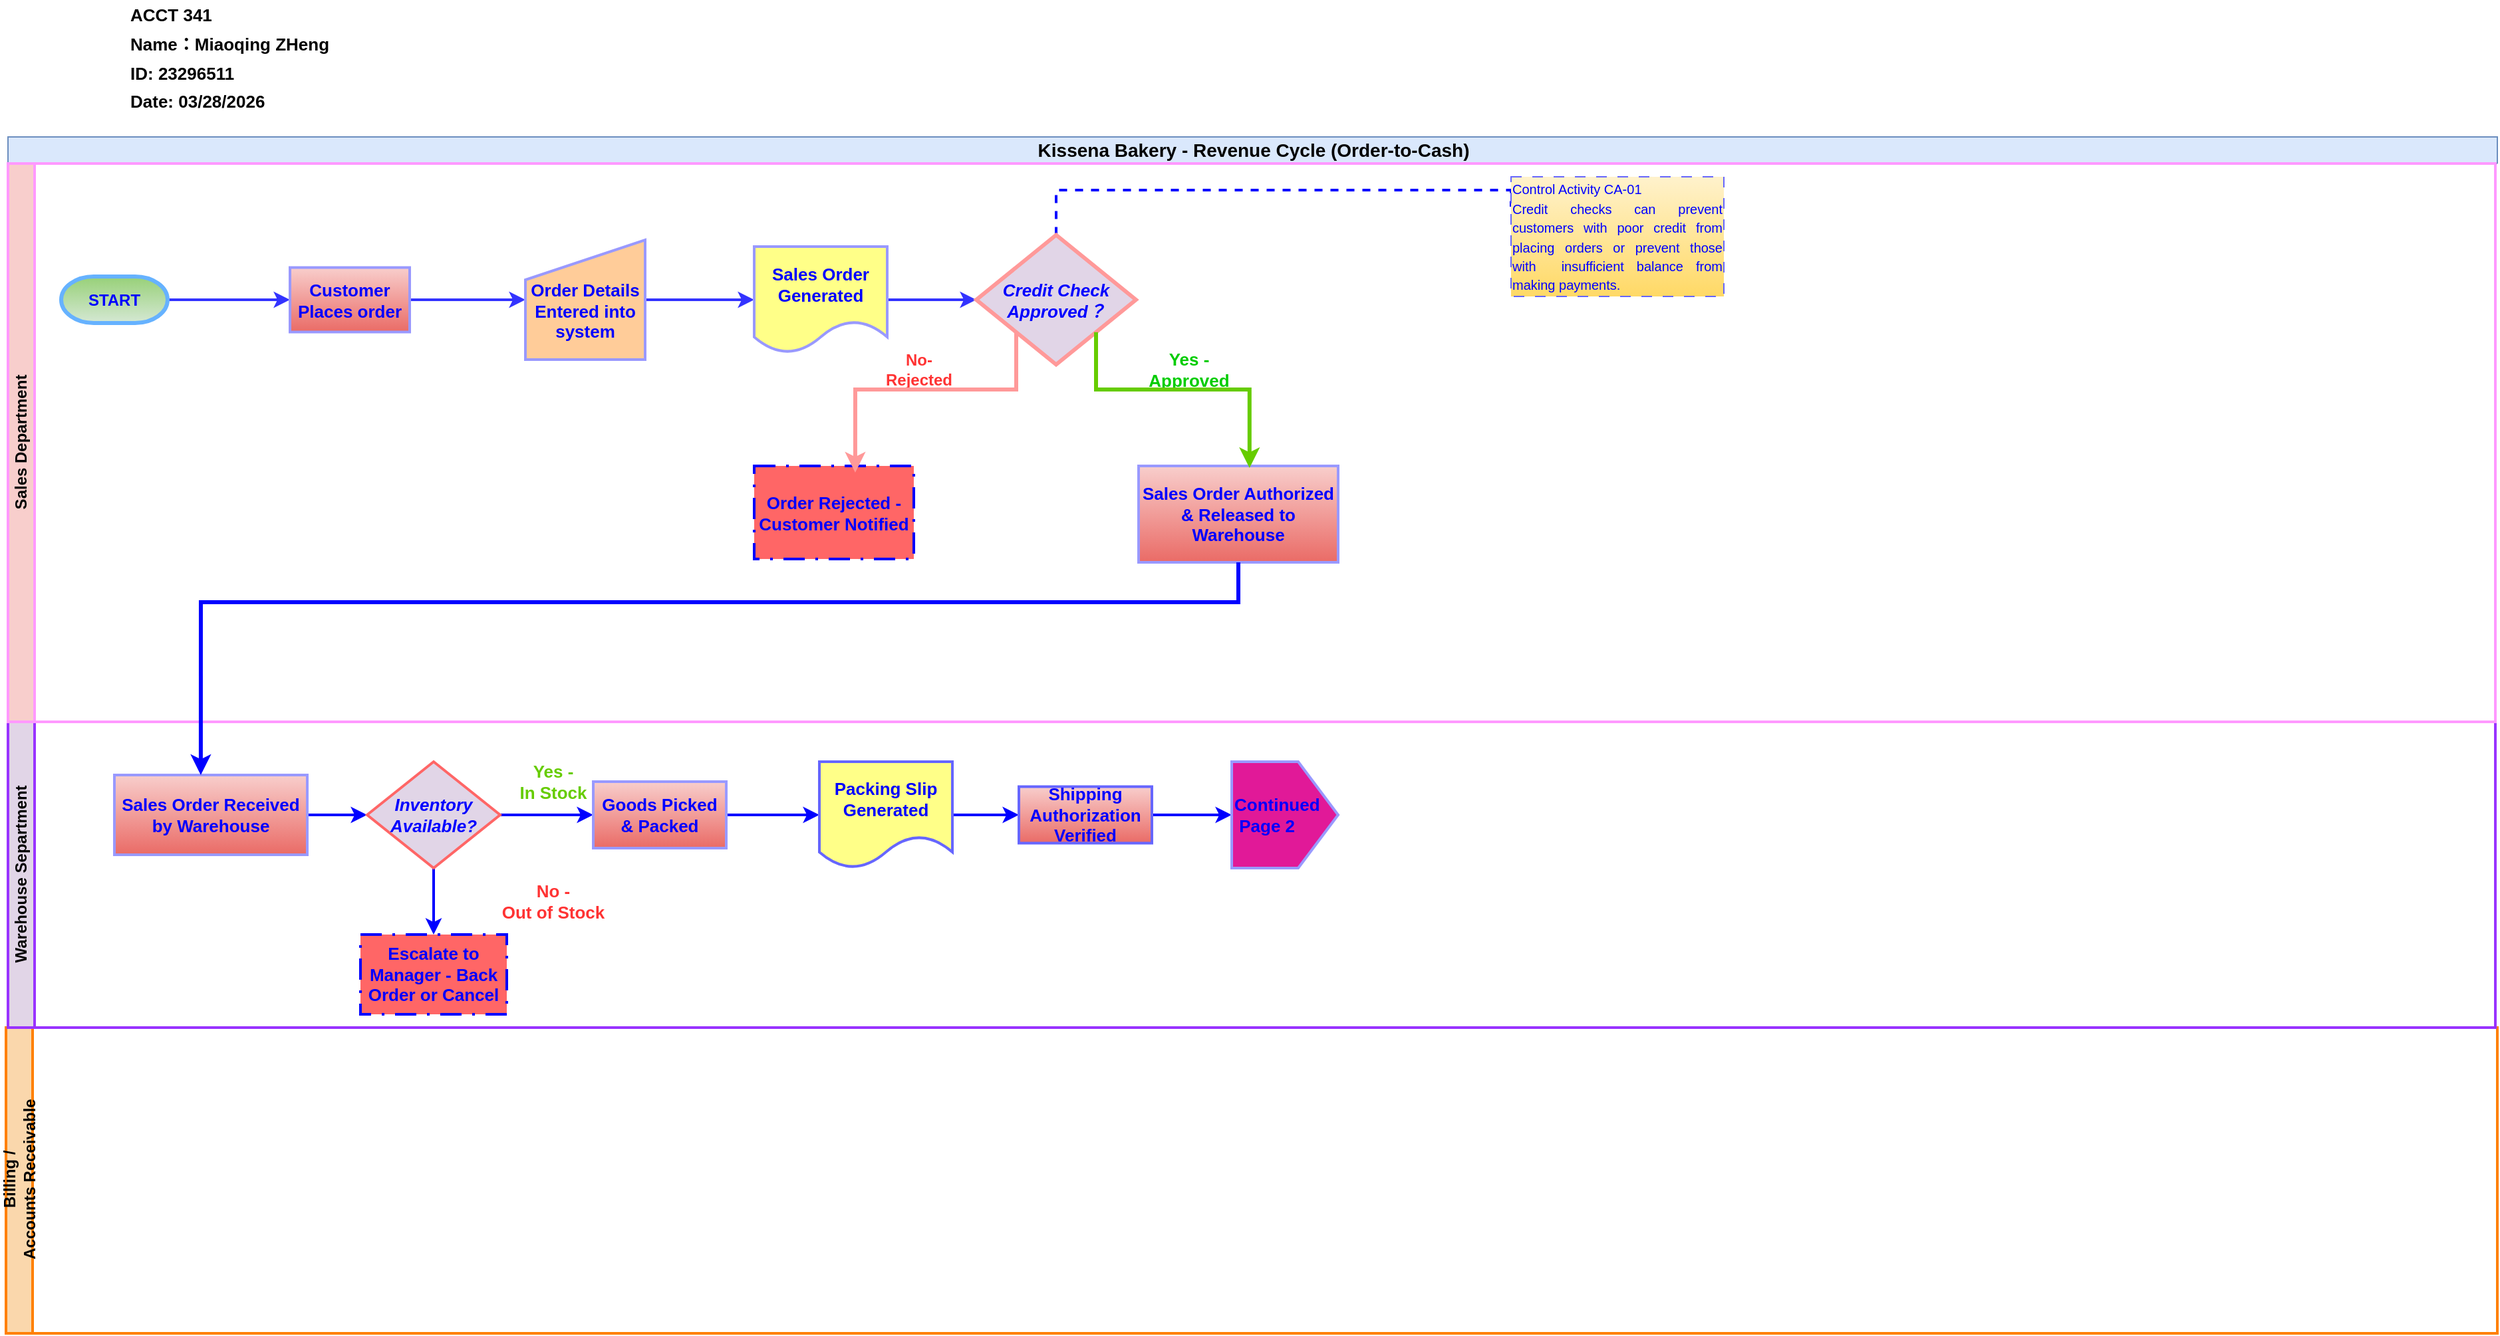
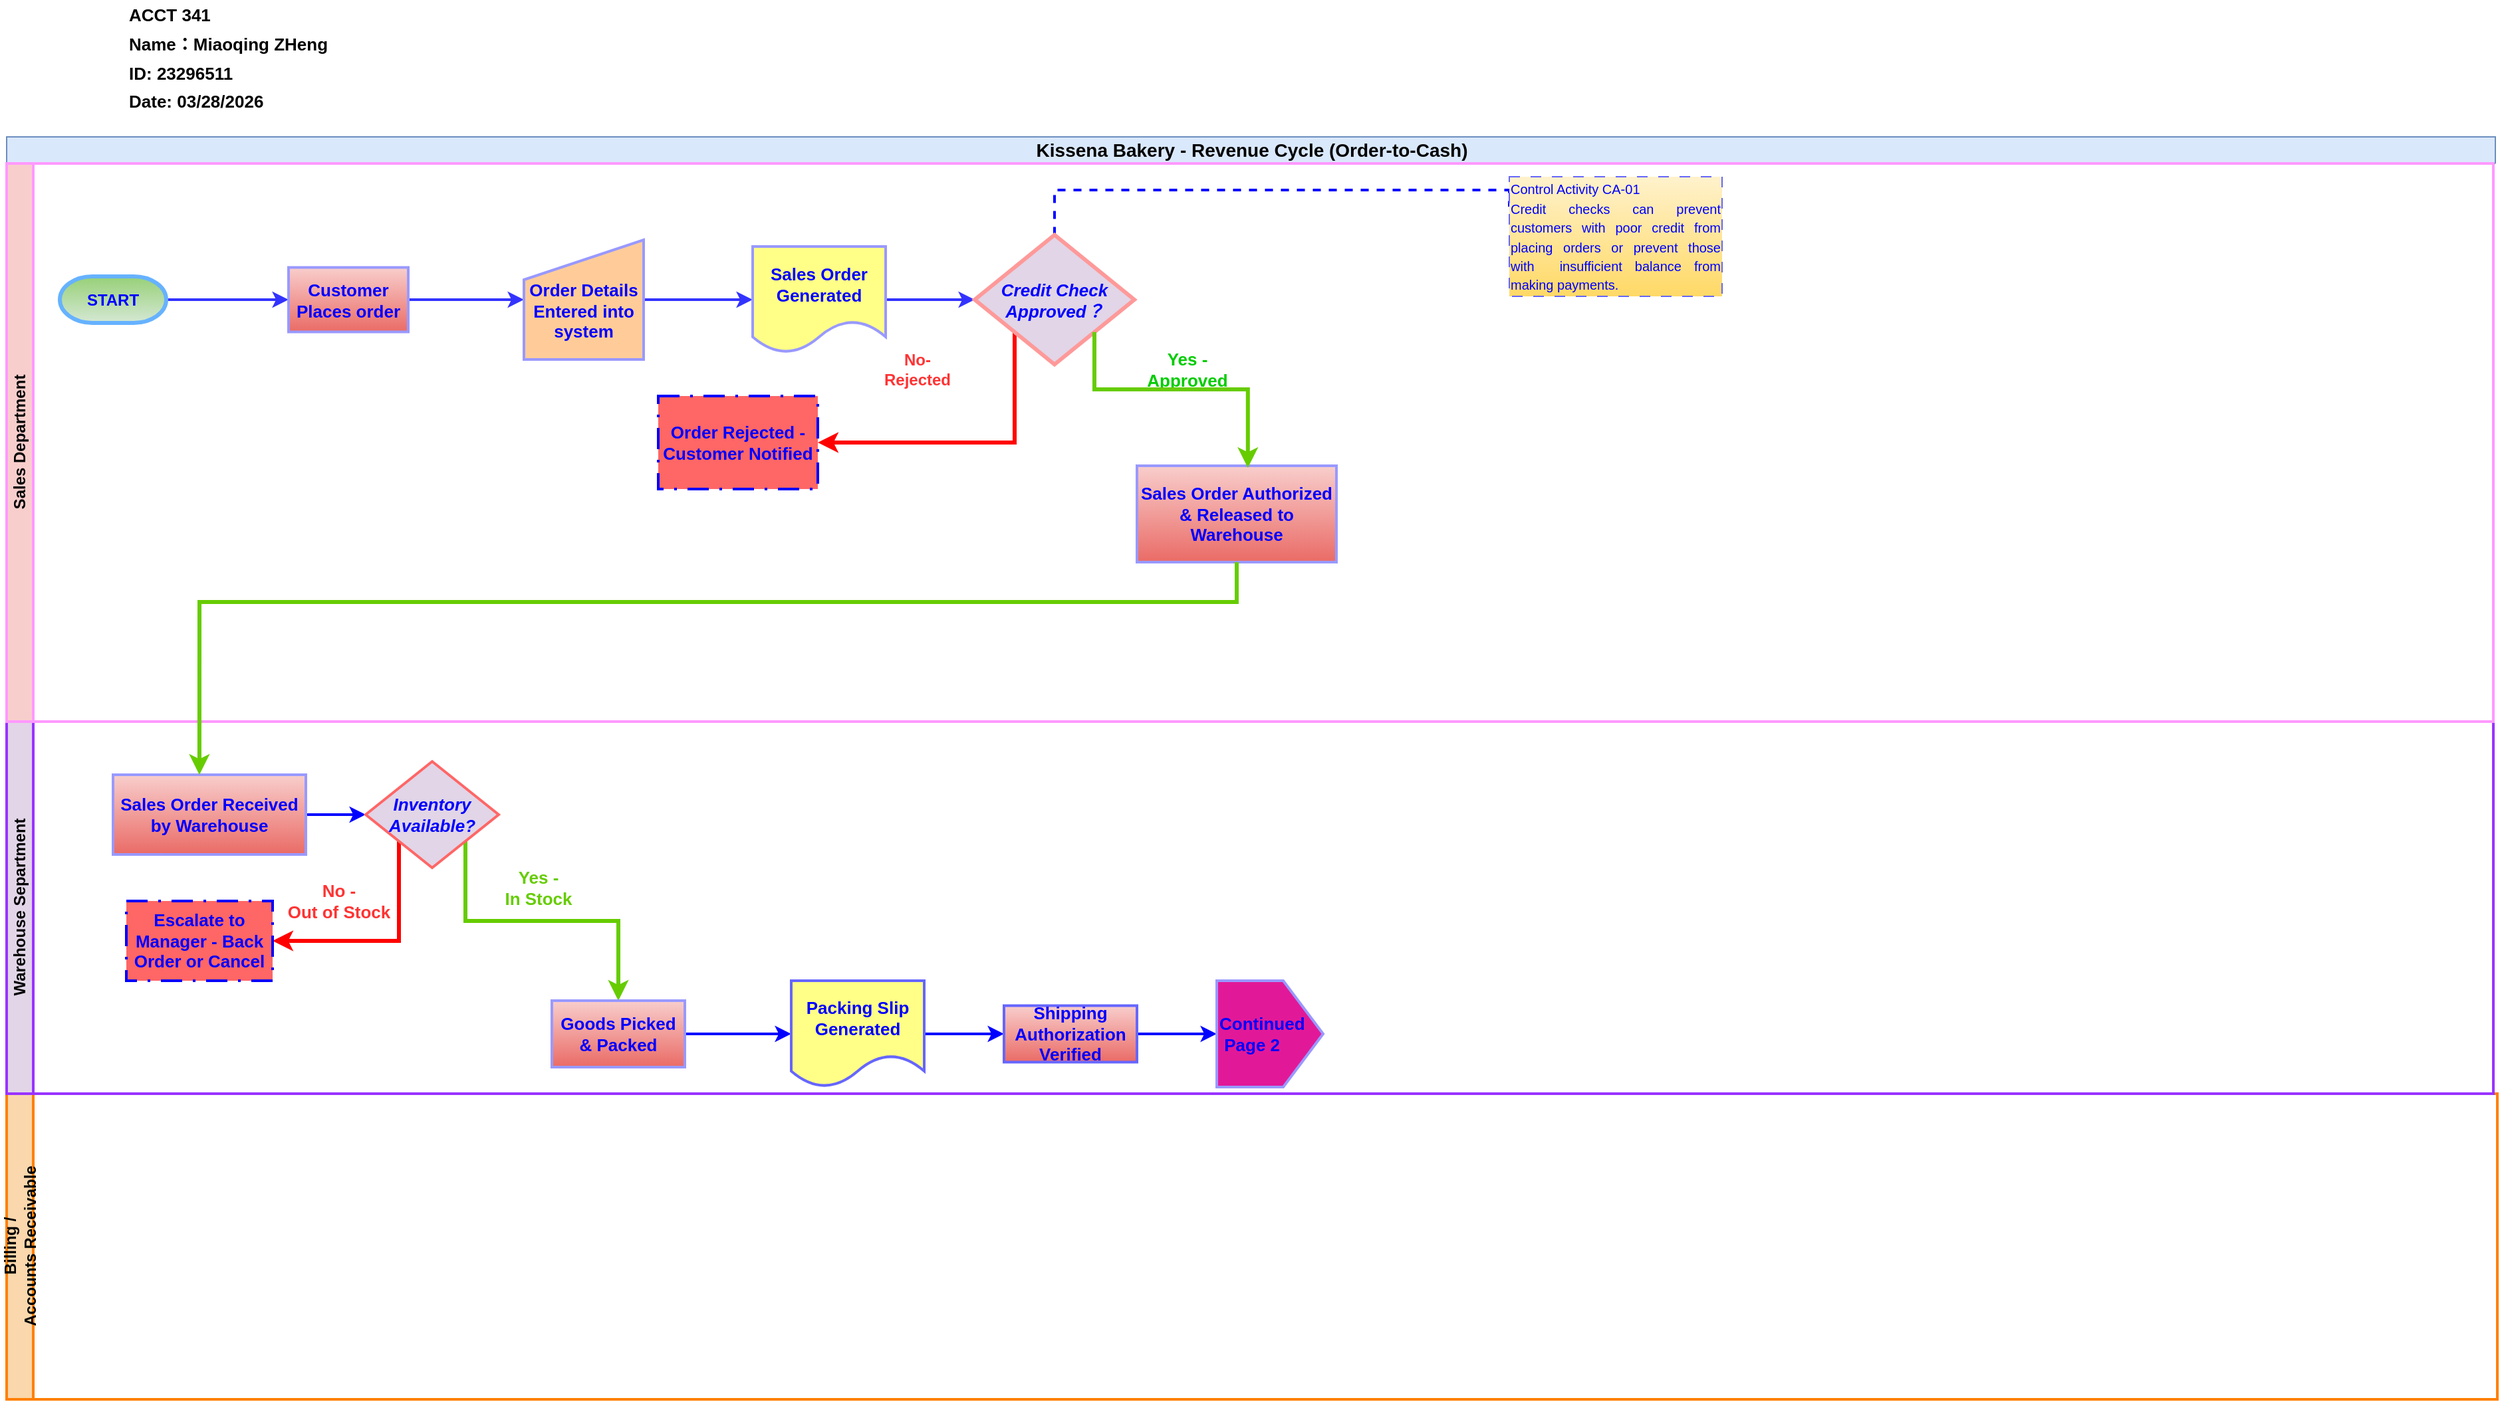
<mxfile host="app.diagrams.net" agent="Mozilla/5.0 (Windows NT 10.0; Win64; x64) AppleWebKit/537.36 (KHTML, like Gecko) Chrome/146.0.0.0 Safari/537.36" version="29.6.6" pages="2">
  <diagram name="Page-1" id="klMabU_GDppZGB9yFFRy">
    <mxGraphModel dx="2066" dy="743" grid="1" gridSize="10" guides="1" tooltips="1" connect="1" arrows="1" fold="1" page="1" pageScale="1" pageWidth="1100" pageHeight="850" math="0" shadow="0">
      <root>
        <mxCell id="0" />
        <mxCell id="1" parent="0" />
        <mxCell id="0vQu63eh7_hz7IOFjZfk-1" parent="1" style="swimlane;childLayout=stackLayout;resizeParent=1;resizeParentMax=0;horizontal=1;startSize=20;horizontalStack=0;html=1;fillColor=#dae8fc;strokeColor=#6c8ebf;" value="&lt;div style=&quot;text-align: start;&quot;&gt;&lt;font style=&quot;font-size: 14px;&quot;&gt;Kissena Bakery - Revenue Cycle (Order-to-Cash)&lt;/font&gt;&lt;/div&gt;" vertex="1">
          <mxGeometry height="20" width="1871.5" x="80" y="130" as="geometry" />
        </mxCell>
        <mxCell id="0vQu63eh7_hz7IOFjZfk-4" parent="1" style="swimlane;startSize=20;horizontal=0;html=1;fillColor=#fad7ac;strokeColor=#FF8000;strokeWidth=2;" value="Billing /&lt;br&gt;Accounts Receivable" vertex="1">
-           <mxGeometry height="230" width="1873" x="78.5" y="800" as="geometry">
+           <mxGeometry height="230" width="1873" x="80" y="850" as="geometry">
            <mxRectangle height="30" width="500" y="310" as="alternateBounds" />
          </mxGeometry>
        </mxCell>
        <mxCell id="0YdZOAwKbOOHbmaocjk8-1" parent="1" style="text;html=1;whiteSpace=wrap;strokeColor=none;fillColor=none;align=left;verticalAlign=middle;rounded=0;fontSize=18;fontStyle=1" value="&lt;div&gt;&lt;font style=&quot;font-size: 13px;&quot;&gt;ACCT 341&lt;/font&gt;&lt;/div&gt;&lt;font style=&quot;font-size: 13px;&quot;&gt;Name：Miaoqing ZHeng&lt;/font&gt;&lt;div&gt;&lt;font style=&quot;font-size: 13px;&quot;&gt;ID: 23296511&lt;/font&gt;&lt;/div&gt;&lt;div&gt;&lt;font style=&quot;font-size: 13px;&quot;&gt;Date: 03/28/2026&lt;/font&gt;&lt;/div&gt;" vertex="1">
          <mxGeometry height="60" width="329" x="170" y="40" as="geometry" />
        </mxCell>
        <mxCell id="0vQu63eh7_hz7IOFjZfk-3" parent="1" style="swimlane;startSize=20;horizontal=0;html=1;fillColor=#e1d5e7;strokeColor=#9933FF;strokeWidth=2;" value="Warehouse Separtment" vertex="1">
-           <mxGeometry height="230" width="1870" x="80" y="570" as="geometry" />
+           <mxGeometry height="280" width="1870" x="80" y="570" as="geometry" />
        </mxCell>
        <mxCell id="pGH0SQg9JUakCyH8bkGQ-32" edge="1" parent="0vQu63eh7_hz7IOFjZfk-3" source="0vQu63eh7_hz7IOFjZfk-73" style="edgeStyle=orthogonalEdgeStyle;rounded=0;orthogonalLoop=1;jettySize=auto;html=1;exitX=1;exitY=0.5;exitDx=0;exitDy=0;entryX=0;entryY=0.5;entryDx=0;entryDy=0;strokeColor=#0000FF;strokeWidth=2;" target="0vQu63eh7_hz7IOFjZfk-92">
          <mxGeometry relative="1" as="geometry" />
        </mxCell>
        <mxCell id="0vQu63eh7_hz7IOFjZfk-73" parent="0vQu63eh7_hz7IOFjZfk-3" style="html=1;dashed=0;whiteSpace=wrap;fillColor=#f8cecc;gradientColor=#ea6b66;strokeColor=#9999FF;strokeWidth=2;" value="&lt;font style=&quot;font-size: 13px; color: rgb(0, 0, 255);&quot;&gt;&lt;b&gt;Sales Order Received by Warehouse&lt;/b&gt;&lt;/font&gt;" vertex="1">
          <mxGeometry height="60" width="145" x="80" y="40" as="geometry" />
        </mxCell>
-         <mxCell id="pGH0SQg9JUakCyH8bkGQ-31" edge="1" parent="0vQu63eh7_hz7IOFjZfk-3" source="0vQu63eh7_hz7IOFjZfk-92" style="edgeStyle=orthogonalEdgeStyle;rounded=0;orthogonalLoop=1;jettySize=auto;html=1;exitX=1;exitY=0.5;exitDx=0;exitDy=0;entryX=0;entryY=0.5;entryDx=0;entryDy=0;strokeColor=#0000FF;strokeWidth=2;" target="0vQu63eh7_hz7IOFjZfk-106">
-           <mxGeometry relative="1" as="geometry" />
-         </mxCell>
-         <mxCell id="pGH0SQg9JUakCyH8bkGQ-34" edge="1" parent="0vQu63eh7_hz7IOFjZfk-3" source="0vQu63eh7_hz7IOFjZfk-92" style="edgeStyle=orthogonalEdgeStyle;rounded=0;orthogonalLoop=1;jettySize=auto;html=1;exitX=0.5;exitY=1;exitDx=0;exitDy=0;entryX=0.5;entryY=0;entryDx=0;entryDy=0;strokeColor=#0000FF;strokeWidth=2;" target="0vQu63eh7_hz7IOFjZfk-96">
-           <mxGeometry relative="1" as="geometry" />
+         <mxCell id="JjxT6XXtwAddX6sOskqe-8" edge="1" parent="0vQu63eh7_hz7IOFjZfk-3" source="0vQu63eh7_hz7IOFjZfk-92" style="edgeStyle=orthogonalEdgeStyle;rounded=0;orthogonalLoop=1;jettySize=auto;html=1;exitX=1;exitY=1;exitDx=0;exitDy=0;entryX=0.5;entryY=0;entryDx=0;entryDy=0;strokeColor=#66CC00;strokeWidth=3;" target="0vQu63eh7_hz7IOFjZfk-106">
+           <mxGeometry relative="1" as="geometry">
+             <Array as="points">
+               <mxPoint x="345" y="150" />
+               <mxPoint x="460" y="150" />
+             </Array>
+           </mxGeometry>
+         </mxCell>
+         <mxCell id="JjxT6XXtwAddX6sOskqe-9" edge="1" parent="0vQu63eh7_hz7IOFjZfk-3" source="0vQu63eh7_hz7IOFjZfk-92" style="edgeStyle=orthogonalEdgeStyle;rounded=0;orthogonalLoop=1;jettySize=auto;html=1;exitX=0;exitY=1;exitDx=0;exitDy=0;entryX=1;entryY=0.5;entryDx=0;entryDy=0;strokeColor=#FF0000;strokeWidth=3;" target="0vQu63eh7_hz7IOFjZfk-96">
+           <mxGeometry relative="1" as="geometry">
+             <Array as="points">
+               <mxPoint x="295" y="165" />
+             </Array>
+           </mxGeometry>
        </mxCell>
        <mxCell id="0vQu63eh7_hz7IOFjZfk-92" parent="0vQu63eh7_hz7IOFjZfk-3" style="rhombus;whiteSpace=wrap;html=1;fillColor=#e1d5e7;strokeColor=light-dark(#FF6666,#FF3333);strokeWidth=2;" value="&lt;font style=&quot;font-size: 13px; color: rgb(0, 0, 255);&quot;&gt;&lt;b&gt;&lt;i&gt;Inventory Available?&lt;/i&gt;&lt;/b&gt;&lt;/font&gt;" vertex="1">
          <mxGeometry height="80" width="100" x="270" y="30" as="geometry" />
        </mxCell>
        <mxCell id="0vQu63eh7_hz7IOFjZfk-96" parent="0vQu63eh7_hz7IOFjZfk-3" style="html=1;dashed=1;whiteSpace=wrap;fillColor=#FF6666;strokeColor=#0000FF;fontColor=#ffffff;dashPattern=8 4 1 4;strokeWidth=2;" value="&lt;b&gt;&lt;font style=&quot;font-size: 13px; color: rgb(0, 0, 255);&quot;&gt;Escalate to Manager - Back Order or Cancel&lt;/font&gt;&lt;/b&gt;" vertex="1">
-           <mxGeometry height="60" width="110" x="265" y="160" as="geometry" />
+           <mxGeometry height="60" width="110" x="90" y="135" as="geometry" />
        </mxCell>
        <mxCell id="46-Umk2mzS9Czotzx1H9-6" edge="1" parent="0vQu63eh7_hz7IOFjZfk-3" source="0vQu63eh7_hz7IOFjZfk-106" style="edgeStyle=orthogonalEdgeStyle;rounded=0;orthogonalLoop=1;jettySize=auto;html=1;exitX=1;exitY=0.5;exitDx=0;exitDy=0;entryX=0;entryY=0.5;entryDx=0;entryDy=0;strokeColor=#0000FF;strokeWidth=2;" target="0vQu63eh7_hz7IOFjZfk-110">
          <mxGeometry relative="1" as="geometry" />
        </mxCell>
        <mxCell id="0vQu63eh7_hz7IOFjZfk-106" parent="0vQu63eh7_hz7IOFjZfk-3" style="html=1;dashed=0;whiteSpace=wrap;strokeWidth=2;fillColor=#f8cecc;gradientColor=#ea6b66;strokeColor=#9999FF;" value="&lt;font style=&quot;font-size: 13px; color: rgb(0, 0, 255);&quot;&gt;&lt;b&gt;Goods Picked &amp;amp; Packed&lt;/b&gt;&lt;/font&gt;" vertex="1">
-           <mxGeometry height="50" width="100" x="440" y="45" as="geometry" />
+           <mxGeometry height="50" width="100" x="410" y="210" as="geometry" />
        </mxCell>
        <mxCell id="46-Umk2mzS9Czotzx1H9-8" edge="1" parent="0vQu63eh7_hz7IOFjZfk-3" source="0vQu63eh7_hz7IOFjZfk-110" style="edgeStyle=orthogonalEdgeStyle;rounded=0;orthogonalLoop=1;jettySize=auto;html=1;exitX=1;exitY=0.5;exitDx=0;exitDy=0;entryX=0;entryY=0.5;entryDx=0;entryDy=0;strokeColor=#0000FF;strokeWidth=2;" target="0vQu63eh7_hz7IOFjZfk-112">
          <mxGeometry relative="1" as="geometry" />
        </mxCell>
        <mxCell id="0vQu63eh7_hz7IOFjZfk-110" parent="0vQu63eh7_hz7IOFjZfk-3" style="shape=document;whiteSpace=wrap;html=1;boundedLbl=1;strokeWidth=2;fillColor=#ffff88;strokeColor=#6666FF;" value="&lt;font style=&quot;font-size: 13px; color: rgb(0, 0, 255);&quot;&gt;&lt;b&gt;Packing Slip Generated&lt;/b&gt;&lt;/font&gt;" vertex="1">
-           <mxGeometry height="80" width="100" x="610" y="30" as="geometry" />
+           <mxGeometry height="80" width="100" x="590" y="195" as="geometry" />
        </mxCell>
        <mxCell id="G1smnQENkRiUrPdJOTDi-2" edge="1" parent="0vQu63eh7_hz7IOFjZfk-3" source="0vQu63eh7_hz7IOFjZfk-112" style="edgeStyle=orthogonalEdgeStyle;rounded=0;orthogonalLoop=1;jettySize=auto;html=1;exitX=1;exitY=0.5;exitDx=0;exitDy=0;entryX=0.5;entryY=0;entryDx=0;entryDy=0;strokeColor=#0000FF;strokeWidth=2;" target="G1smnQENkRiUrPdJOTDi-1">
          <mxGeometry relative="1" as="geometry" />
        </mxCell>
        <mxCell id="0vQu63eh7_hz7IOFjZfk-112" parent="0vQu63eh7_hz7IOFjZfk-3" style="html=1;dashed=0;whiteSpace=wrap;strokeColor=#6666FF;fillColor=#f8cecc;gradientColor=#ea6b66;fontStyle=1;strokeWidth=2;" value="&lt;font style=&quot;font-size: 13px; color: rgb(0, 0, 255);&quot;&gt;Shipping Authorization Verified&lt;/font&gt;" vertex="1">
-           <mxGeometry height="42.5" width="100" x="760" y="48.75" as="geometry" />
+           <mxGeometry height="42.5" width="100" x="750" y="213.75" as="geometry" />
        </mxCell>
        <mxCell id="0vQu63eh7_hz7IOFjZfk-98" parent="0vQu63eh7_hz7IOFjZfk-3" style="text;html=1;whiteSpace=wrap;strokeColor=none;fillColor=none;align=center;verticalAlign=middle;rounded=0;fontColor=#FF3333;" value="&lt;font style=&quot;font-size: 13px;&quot;&gt;&lt;b&gt;No - &lt;br&gt;Out of Stock&lt;/b&gt;&lt;/font&gt;" vertex="1">
-           <mxGeometry height="30" width="80" x="370" y="120" as="geometry" />
+           <mxGeometry height="30" width="80" x="210" y="120" as="geometry" />
        </mxCell>
        <mxCell id="G1smnQENkRiUrPdJOTDi-1" parent="0vQu63eh7_hz7IOFjZfk-3" style="shape=offPageConnector;whiteSpace=wrap;html=1;direction=north;strokeColor=#9999FF;fillColor=#E11998;align=left;strokeWidth=2;" value="&lt;b style=&quot;color: rgb(0, 0, 255); font-size: 13px; text-wrap-mode: nowrap;&quot;&gt;Continued&lt;br&gt;&amp;nbsp;Page 2&lt;/b&gt;" vertex="1">
-           <mxGeometry height="80" width="80" x="920" y="30" as="geometry" />
+           <mxGeometry height="80" width="80" x="910" y="195" as="geometry" />
        </mxCell>
        <mxCell id="46-Umk2mzS9Czotzx1H9-12" parent="0vQu63eh7_hz7IOFjZfk-3" style="text;html=1;whiteSpace=wrap;strokeColor=none;fillColor=none;align=center;verticalAlign=middle;rounded=0;" value="&lt;b style=&quot;color: rgb(102, 204, 0);&quot;&gt;&lt;font style=&quot;font-size: 13px;&quot;&gt;Yes -&lt;br&gt;In Stock&lt;/font&gt;&lt;/b&gt;" vertex="1">
-           <mxGeometry height="30" width="80" x="370" y="30" as="geometry" />
+           <mxGeometry height="30" width="80" x="360" y="110" as="geometry" />
        </mxCell>
        <mxCell id="0vQu63eh7_hz7IOFjZfk-2" parent="1" style="swimlane;startSize=20;horizontal=0;html=1;fillColor=#f8cecc;strokeColor=#FF99FF;strokeWidth=2;" value="Sales Department" vertex="1">
          <mxGeometry height="420" width="1870" x="80" y="150" as="geometry">
            <mxRectangle height="30" width="610" y="20" as="alternateBounds" />
          </mxGeometry>
        </mxCell>
        <mxCell id="0vQu63eh7_hz7IOFjZfk-43" edge="1" parent="0vQu63eh7_hz7IOFjZfk-2" source="0vQu63eh7_hz7IOFjZfk-10" style="edgeStyle=orthogonalEdgeStyle;rounded=0;orthogonalLoop=1;jettySize=auto;html=1;exitX=0;exitY=0.5;exitDx=0;exitDy=0;exitPerimeter=0;entryX=0;entryY=0.5;entryDx=0;entryDy=0;strokeColor=#3333FF;strokeWidth=2;" target="0vQu63eh7_hz7IOFjZfk-15">
          <mxGeometry relative="1" as="geometry" />
        </mxCell>
        <mxCell id="0vQu63eh7_hz7IOFjZfk-10" parent="0vQu63eh7_hz7IOFjZfk-2" style="strokeWidth=3;html=1;shape=mxgraph.flowchart.terminator;whiteSpace=wrap;direction=west;fillColor=#d5e8d4;gradientColor=#97d077;strokeColor=#66B2FF;" value="&lt;b&gt;&lt;font style=&quot;color: rgb(0, 0, 255);&quot;&gt;START&lt;/font&gt;&lt;/b&gt;" vertex="1">
          <mxGeometry height="35" width="80" x="40" y="85" as="geometry" />
        </mxCell>
        <mxCell id="46-Umk2mzS9Czotzx1H9-2" edge="1" parent="0vQu63eh7_hz7IOFjZfk-2" source="0vQu63eh7_hz7IOFjZfk-15" style="edgeStyle=orthogonalEdgeStyle;rounded=0;orthogonalLoop=1;jettySize=auto;html=1;exitX=1;exitY=0.5;exitDx=0;exitDy=0;entryX=0;entryY=0.5;entryDx=0;entryDy=0;strokeColor=#3333FF;strokeWidth=2;" target="0vQu63eh7_hz7IOFjZfk-20">
          <mxGeometry relative="1" as="geometry" />
        </mxCell>
        <mxCell id="0vQu63eh7_hz7IOFjZfk-15" parent="0vQu63eh7_hz7IOFjZfk-2" style="html=1;dashed=0;whiteSpace=wrap;strokeWidth=2;fillColor=#f8cecc;strokeColor=#9999FF;gradientColor=#ea6b66;" value="&lt;font style=&quot;font-size: 13px; color: rgb(0, 0, 255);&quot;&gt;&lt;b style=&quot;&quot;&gt;Customer Places order&lt;/b&gt;&lt;/font&gt;" vertex="1">
          <mxGeometry height="48.5" width="90" x="212" y="78.25" as="geometry" />
        </mxCell>
        <mxCell id="46-Umk2mzS9Czotzx1H9-3" edge="1" parent="0vQu63eh7_hz7IOFjZfk-2" source="0vQu63eh7_hz7IOFjZfk-20" style="edgeStyle=orthogonalEdgeStyle;rounded=0;orthogonalLoop=1;jettySize=auto;html=1;exitX=1;exitY=0.5;exitDx=0;exitDy=0;entryX=0;entryY=0.5;entryDx=0;entryDy=0;strokeColor=#3333FF;strokeWidth=2;" target="0vQu63eh7_hz7IOFjZfk-30">
          <mxGeometry relative="1" as="geometry" />
        </mxCell>
        <mxCell id="0vQu63eh7_hz7IOFjZfk-20" parent="0vQu63eh7_hz7IOFjZfk-2" style="shape=manualInput;whiteSpace=wrap;html=1;align=center;fillColor=#ffcc99;strokeColor=#9999FF;strokeWidth=2;" value="&lt;div style=&quot;&quot;&gt;&lt;span style=&quot;background-color: transparent;&quot;&gt;&lt;b style=&quot;&quot;&gt;&lt;font style=&quot;font-size: 13px; color: rgb(0, 0, 255);&quot;&gt;&lt;br&gt;&lt;/font&gt;&lt;/b&gt;&lt;/span&gt;&lt;/div&gt;&lt;div style=&quot;&quot;&gt;&lt;span style=&quot;background-color: transparent;&quot;&gt;&lt;b style=&quot;&quot;&gt;&lt;font style=&quot;font-size: 13px; color: rgb(0, 0, 255);&quot;&gt;Order Details Entered into system&lt;/font&gt;&lt;/b&gt;&lt;/span&gt;&lt;/div&gt;" vertex="1">
          <mxGeometry height="90" width="90" x="389" y="57.5" as="geometry" />
        </mxCell>
        <mxCell id="0vQu63eh7_hz7IOFjZfk-35" edge="1" parent="0vQu63eh7_hz7IOFjZfk-2" style="edgeStyle=orthogonalEdgeStyle;rounded=0;orthogonalLoop=1;jettySize=auto;html=1;exitX=0;exitY=0.5;exitDx=0;exitDy=0;">
          <mxGeometry relative="1" as="geometry">
            <mxPoint x="410" y="105" as="sourcePoint" />
            <mxPoint x="410" y="105" as="targetPoint" />
          </mxGeometry>
        </mxCell>
        <mxCell id="46-Umk2mzS9Czotzx1H9-4" edge="1" parent="0vQu63eh7_hz7IOFjZfk-2" source="0vQu63eh7_hz7IOFjZfk-30" style="edgeStyle=orthogonalEdgeStyle;rounded=0;orthogonalLoop=1;jettySize=auto;html=1;exitX=1;exitY=0.5;exitDx=0;exitDy=0;entryX=0;entryY=0.5;entryDx=0;entryDy=0;strokeColor=#3333FF;strokeWidth=2;" target="0vQu63eh7_hz7IOFjZfk-34">
          <mxGeometry relative="1" as="geometry" />
        </mxCell>
        <mxCell id="0vQu63eh7_hz7IOFjZfk-30" parent="0vQu63eh7_hz7IOFjZfk-2" style="shape=document;whiteSpace=wrap;html=1;boundedLbl=1;strokeWidth=2;fillColor=#ffff88;strokeColor=#9999FF;" value="&lt;font style=&quot;font-size: 13px; color: rgb(0, 0, 255);&quot;&gt;&lt;b&gt;Sales Order Generated&lt;/b&gt;&lt;/font&gt;" vertex="1">
          <mxGeometry height="80" width="100" x="561" y="62.5" as="geometry" />
        </mxCell>
        <mxCell id="pGH0SQg9JUakCyH8bkGQ-28" edge="1" parent="0vQu63eh7_hz7IOFjZfk-2" source="0vQu63eh7_hz7IOFjZfk-34" style="edgeStyle=orthogonalEdgeStyle;rounded=0;orthogonalLoop=1;jettySize=auto;html=1;exitX=0.5;exitY=0;exitDx=0;exitDy=0;entryX=0;entryY=0.25;entryDx=0;entryDy=0;endArrow=none;endFill=0;dashed=1;strokeWidth=2;strokeColor=#0000FF;" target="pGH0SQg9JUakCyH8bkGQ-23">
          <mxGeometry relative="1" as="geometry">
            <Array as="points">
              <mxPoint x="788" y="20" />
              <mxPoint x="1130" y="20" />
            </Array>
          </mxGeometry>
        </mxCell>
+         <mxCell id="JjxT6XXtwAddX6sOskqe-11" edge="1" parent="0vQu63eh7_hz7IOFjZfk-2" source="0vQu63eh7_hz7IOFjZfk-34" style="edgeStyle=orthogonalEdgeStyle;rounded=0;orthogonalLoop=1;jettySize=auto;html=1;exitX=0;exitY=1;exitDx=0;exitDy=0;entryX=1;entryY=0.5;entryDx=0;entryDy=0;strokeColor=#FF0000;strokeWidth=3;" target="0vQu63eh7_hz7IOFjZfk-65">
+           <mxGeometry relative="1" as="geometry">
+             <Array as="points">
+               <mxPoint x="758" y="210" />
+             </Array>
+           </mxGeometry>
+         </mxCell>
        <mxCell id="0vQu63eh7_hz7IOFjZfk-34" parent="0vQu63eh7_hz7IOFjZfk-2" style="rhombus;whiteSpace=wrap;html=1;fillColor=#e1d5e7;strokeColor=#FF9999;strokeWidth=3;" value="&lt;font style=&quot;font-size: 13px; color: rgb(0, 0, 255);&quot;&gt;&lt;b&gt;&lt;i&gt;Credit Check Approved？&lt;/i&gt;&lt;/b&gt;&lt;/font&gt;" vertex="1">
          <mxGeometry height="97.5" width="120" x="728" y="53.75" as="geometry" />
        </mxCell>
        <mxCell id="0vQu63eh7_hz7IOFjZfk-60" parent="0vQu63eh7_hz7IOFjZfk-2" style="text;html=1;whiteSpace=wrap;strokeColor=none;fillColor=none;align=center;verticalAlign=middle;rounded=0;fontColor=#00CC00;" value="&lt;font style=&quot;font-size: 13px;&quot;&gt;&lt;b style=&quot;&quot;&gt;Yes - Approved&lt;/b&gt;&lt;/font&gt;" vertex="1">
          <mxGeometry height="30" width="80" x="848" y="140" as="geometry" />
        </mxCell>
        <mxCell id="0vQu63eh7_hz7IOFjZfk-65" parent="0vQu63eh7_hz7IOFjZfk-2" style="html=1;dashed=1;whiteSpace=wrap;strokeWidth=2;fillColor=light-dark(#FF6666,#FF3333);strokeColor=#0000FF;fontColor=#ffffff;fontStyle=1;dashPattern=8 4 1 4;" value="&lt;font style=&quot;font-size: 13px; color: rgb(0, 0, 255);&quot;&gt;Order Rejected - Customer Notified&lt;/font&gt;" vertex="1">
-           <mxGeometry height="70" width="120" x="561" y="227.5" as="geometry" />
+           <mxGeometry height="70" width="120" x="490" y="175" as="geometry" />
        </mxCell>
        <mxCell id="0vQu63eh7_hz7IOFjZfk-67" parent="0vQu63eh7_hz7IOFjZfk-2" style="html=1;dashed=0;whiteSpace=wrap;fillColor=#f8cecc;gradientColor=#ea6b66;strokeColor=#9999FF;strokeWidth=2;" value="&lt;font style=&quot;font-size: 13px; color: rgb(0, 0, 255);&quot;&gt;&lt;b&gt;Sales Order Authorized &amp;amp; Released to Warehouse&lt;/b&gt;&lt;/font&gt;" vertex="1">
          <mxGeometry height="72.5" width="150" x="850" y="227.5" as="geometry" />
        </mxCell>
        <mxCell id="pGH0SQg9JUakCyH8bkGQ-23" parent="0vQu63eh7_hz7IOFjZfk-2" style="html=1;dashed=1;whiteSpace=wrap;dashPattern=8 8;fillColor=#fff2cc;gradientColor=#ffd966;strokeColor=light-dark(#6666FF,#6D5100);strokeWidth=1;" value="&lt;div style=&quot;text-align: justify;&quot;&gt;&lt;span style=&quot;font-size: 10px; background-color: transparent;&quot;&gt;&lt;font style=&quot;color: rgb(0, 0, 255);&quot;&gt;Control Activity&amp;nbsp;CA-01&lt;/font&gt;&lt;/span&gt;&lt;/div&gt;&lt;font style=&quot;color: rgb(0, 0, 255);&quot;&gt;&lt;div style=&quot;text-align: justify;&quot;&gt;&lt;span style=&quot;font-size: 10px; background-color: transparent;&quot;&gt;Credit checks can prevent customers with poor credit from placing orders or prevent those with&amp;nbsp; insufficient balance from making payments.&lt;/span&gt;&lt;/div&gt;&lt;/font&gt;" vertex="1">
          <mxGeometry height="90" width="160" x="1130" y="10" as="geometry" />
        </mxCell>
        <mxCell id="DywWvH4VDf4e1SjyT3sU-3" parent="0vQu63eh7_hz7IOFjZfk-2" style="text;html=1;whiteSpace=wrap;strokeColor=none;fillColor=none;align=center;verticalAlign=middle;rounded=0;fontSize=12;fontStyle=1;fontColor=#FF3333;" value="&lt;span&gt;&lt;font style=&quot;&quot;&gt;No-Rejected&lt;/font&gt;&lt;/span&gt;" vertex="1">
          <mxGeometry height="30" width="70" x="650" y="140" as="geometry" />
        </mxCell>
-         <mxCell id="JjxT6XXtwAddX6sOskqe-2" edge="1" parent="0vQu63eh7_hz7IOFjZfk-2" source="0vQu63eh7_hz7IOFjZfk-34" style="edgeStyle=orthogonalEdgeStyle;rounded=0;orthogonalLoop=1;jettySize=auto;html=1;exitX=0;exitY=1;exitDx=0;exitDy=0;entryX=0.633;entryY=0.071;entryDx=0;entryDy=0;entryPerimeter=0;strokeColor=#FF9999;strokeWidth=3;" target="0vQu63eh7_hz7IOFjZfk-65">
-           <mxGeometry relative="1" as="geometry">
-             <Array as="points">
-               <mxPoint x="758" y="170" />
-               <mxPoint x="637" y="170" />
-             </Array>
-           </mxGeometry>
-         </mxCell>
        <mxCell id="JjxT6XXtwAddX6sOskqe-5" edge="1" parent="0vQu63eh7_hz7IOFjZfk-2" source="0vQu63eh7_hz7IOFjZfk-34" style="edgeStyle=orthogonalEdgeStyle;rounded=0;orthogonalLoop=1;jettySize=auto;html=1;exitX=1;exitY=1;exitDx=0;exitDy=0;entryX=0.556;entryY=0.021;entryDx=0;entryDy=0;entryPerimeter=0;strokeColor=#66CC00;strokeWidth=3;" target="0vQu63eh7_hz7IOFjZfk-67">
          <mxGeometry relative="1" as="geometry">
            <Array as="points">
              <mxPoint x="818" y="170" />
              <mxPoint x="933" y="170" />
            </Array>
          </mxGeometry>
        </mxCell>
-         <mxCell id="0vQu63eh7_hz7IOFjZfk-86" edge="1" parent="1" source="0vQu63eh7_hz7IOFjZfk-67" style="edgeStyle=orthogonalEdgeStyle;rounded=0;orthogonalLoop=1;jettySize=auto;html=1;exitX=0.5;exitY=1;exitDx=0;exitDy=0;entryX=0.448;entryY=0;entryDx=0;entryDy=0;entryPerimeter=0;fontColor=#0000CC;strokeColor=#0000FF;strokeWidth=3;" target="0vQu63eh7_hz7IOFjZfk-73">
+         <mxCell id="0vQu63eh7_hz7IOFjZfk-86" edge="1" parent="1" source="0vQu63eh7_hz7IOFjZfk-67" style="edgeStyle=orthogonalEdgeStyle;rounded=0;orthogonalLoop=1;jettySize=auto;html=1;exitX=0.5;exitY=1;exitDx=0;exitDy=0;entryX=0.448;entryY=0;entryDx=0;entryDy=0;entryPerimeter=0;fontColor=#0000CC;strokeColor=#66CC00;strokeWidth=3;" target="0vQu63eh7_hz7IOFjZfk-73">
          <mxGeometry relative="1" as="geometry">
            <Array as="points">
              <mxPoint x="1005" y="480" />
              <mxPoint x="225" y="480" />
            </Array>
          </mxGeometry>
        </mxCell>
      </root>
    </mxGraphModel>
  </diagram>
  <diagram id="ZDdy4ylPSpOC2Ge6VpiW" name="Page-2">
    <mxGraphModel dx="2066" dy="743" grid="1" gridSize="10" guides="1" tooltips="1" connect="1" arrows="1" fold="1" page="1" pageScale="1" pageWidth="1100" pageHeight="850" math="0" shadow="0">
      <root>
        <mxCell id="0" />
        <mxCell id="1" parent="0" />
        <mxCell id="_GW_QHAqRueJzuYdTQVs-1" parent="1" style="swimlane;startSize=20;horizontal=0;html=1;fillColor=#e1d5e7;strokeColor=#9933FF;strokeWidth=2;" value="Warehouse Separtment" vertex="1">
          <mxGeometry height="270" width="1330" x="110" y="150" as="geometry" />
        </mxCell>
        <mxCell id="JTW380UVqBL9k5zzlviH-1" parent="_GW_QHAqRueJzuYdTQVs-1" style="html=1;dashed=0;whiteSpace=wrap;fillColor=#f8cecc;gradientColor=#ea6b66;strokeColor=#9999FF;strokeWidth=2;" value="&lt;font style=&quot;font-size: 13px; color: rgb(0, 0, 255);&quot;&gt;&lt;b&gt;Goods Dispatched to Customer&lt;/b&gt;&lt;/font&gt;" vertex="1">
          <mxGeometry height="50" width="100" x="220" y="75" as="geometry" />
        </mxCell>
        <mxCell id="Y0x97Svv89Kf0asxUhHi-3" edge="1" parent="_GW_QHAqRueJzuYdTQVs-1" source="Y0x97Svv89Kf0asxUhHi-1" style="edgeStyle=orthogonalEdgeStyle;rounded=0;orthogonalLoop=1;jettySize=auto;html=1;exitX=0.5;exitY=1;exitDx=0;exitDy=0;entryX=0;entryY=0.5;entryDx=0;entryDy=0;strokeWidth=2;strokeColor=#0000FF;" target="JTW380UVqBL9k5zzlviH-1">
          <mxGeometry relative="1" as="geometry" />
        </mxCell>
        <mxCell id="Y0x97Svv89Kf0asxUhHi-1" parent="_GW_QHAqRueJzuYdTQVs-1" style="shape=offPageConnector;whiteSpace=wrap;html=1;direction=north;strokeColor=#9999FF;fillColor=#E11998;align=left;strokeWidth=2;" value="&lt;b style=&quot;color: rgb(0, 0, 255); font-size: 13px; text-wrap-mode: nowrap;&quot;&gt;Continued&lt;br&gt;&amp;nbsp;Page 2&lt;/b&gt;" vertex="1">
          <mxGeometry height="80" width="80" x="70" y="60" as="geometry" />
        </mxCell>
        <mxCell id="VSqCA1LAcqbEIX1a-AIG-1" parent="1" style="swimlane;startSize=20;horizontal=0;html=1;whiteSpace=wrap;fillColor=#ffcc99;strokeColor=#FF9933;strokeWidth=2;" value="&lt;span style=&quot;text-wrap-mode: nowrap;&quot;&gt;Billing /&lt;/span&gt;&lt;br style=&quot;text-wrap-mode: nowrap;&quot;&gt;&lt;span style=&quot;text-wrap-mode: nowrap;&quot;&gt;Accounts Receivable&lt;/span&gt;" vertex="1">
          <mxGeometry height="170" width="1330" x="110" y="420" as="geometry" />
        </mxCell>
        <mxCell id="KsxiR5SY5I83CpnIQ7mC-4" edge="1" parent="VSqCA1LAcqbEIX1a-AIG-1" source="2IOCe_ZcG10jMQKezpJ2-1" style="edgeStyle=orthogonalEdgeStyle;rounded=0;orthogonalLoop=1;jettySize=auto;html=1;exitX=1;exitY=0.5;exitDx=0;exitDy=0;entryX=0;entryY=0.5;entryDx=0;entryDy=0;strokeColor=#0000FF;strokeWidth=2;" target="2IOCe_ZcG10jMQKezpJ2-2">
          <mxGeometry relative="1" as="geometry" />
        </mxCell>
        <mxCell id="2IOCe_ZcG10jMQKezpJ2-1" parent="VSqCA1LAcqbEIX1a-AIG-1" style="html=1;dashed=0;whiteSpace=wrap;strokeWidth=2;fillColor=#f8cecc;gradientColor=#ea6b66;strokeColor=#9999FF;" value="&lt;b&gt;&lt;font style=&quot;font-size: 13px; color: rgb(0, 0, 255);&quot;&gt;Dispatch Confirmation Received&lt;/font&gt;&lt;/b&gt;" vertex="1">
          <mxGeometry height="50" width="100" x="50" y="50" as="geometry" />
        </mxCell>
        <mxCell id="KsxiR5SY5I83CpnIQ7mC-5" edge="1" parent="VSqCA1LAcqbEIX1a-AIG-1" source="2IOCe_ZcG10jMQKezpJ2-2" style="edgeStyle=orthogonalEdgeStyle;rounded=0;orthogonalLoop=1;jettySize=auto;html=1;exitX=1;exitY=0.5;exitDx=0;exitDy=0;entryX=0;entryY=0.5;entryDx=0;entryDy=0;strokeColor=#0000FF;strokeWidth=2;" target="dAGMuh-EUK1Y8pTE6-PC-2">
          <mxGeometry relative="1" as="geometry" />
        </mxCell>
        <mxCell id="2IOCe_ZcG10jMQKezpJ2-2" parent="VSqCA1LAcqbEIX1a-AIG-1" style="shape=document;whiteSpace=wrap;html=1;boundedLbl=1;fillColor=#ffff88;strokeColor=#9999FF;strokeWidth=2;" value="&lt;font style=&quot;font-size: 13px; color: rgb(0, 0, 255);&quot;&gt;&lt;b&gt;Invoice Generated &amp;amp; Sent to Customer&lt;/b&gt;&lt;/font&gt;" vertex="1">
          <mxGeometry height="80" width="120" x="229" y="35" as="geometry" />
        </mxCell>
        <mxCell id="KsxiR5SY5I83CpnIQ7mC-6" edge="1" parent="VSqCA1LAcqbEIX1a-AIG-1" source="dAGMuh-EUK1Y8pTE6-PC-2" style="edgeStyle=orthogonalEdgeStyle;rounded=0;orthogonalLoop=1;jettySize=auto;html=1;exitX=1;exitY=0.5;exitDx=0;exitDy=0;entryX=0;entryY=0.5;entryDx=0;entryDy=0;strokeColor=#0000FF;strokeWidth=2;" target="dAGMuh-EUK1Y8pTE6-PC-4">
          <mxGeometry relative="1" as="geometry" />
        </mxCell>
        <mxCell id="dAGMuh-EUK1Y8pTE6-PC-2" parent="VSqCA1LAcqbEIX1a-AIG-1" style="html=1;dashed=0;whiteSpace=wrap;strokeWidth=2;fillColor=#f8cecc;gradientColor=#ea6b66;strokeColor=#9999FF;" value="&lt;b&gt;&lt;font style=&quot;font-size: 13px; color: rgb(0, 0, 255);&quot;&gt;Payment Received from Customer&lt;/font&gt;&lt;/b&gt;" vertex="1">
          <mxGeometry height="50" width="110" x="423" y="50" as="geometry" />
        </mxCell>
        <mxCell id="KsxiR5SY5I83CpnIQ7mC-8" edge="1" parent="VSqCA1LAcqbEIX1a-AIG-1" source="dAGMuh-EUK1Y8pTE6-PC-4" style="edgeStyle=orthogonalEdgeStyle;rounded=0;orthogonalLoop=1;jettySize=auto;html=1;exitX=1;exitY=0.5;exitDx=0;exitDy=0;entryX=0;entryY=0.5;entryDx=0;entryDy=0;strokeColor=#0000FF;strokeWidth=2;" target="dAGMuh-EUK1Y8pTE6-PC-6">
          <mxGeometry relative="1" as="geometry" />
        </mxCell>
        <mxCell id="dAGMuh-EUK1Y8pTE6-PC-4" parent="VSqCA1LAcqbEIX1a-AIG-1" style="shape=document;whiteSpace=wrap;html=1;boundedLbl=1;fillColor=#ffff88;strokeColor=#9999FF;strokeWidth=2;" value="&lt;font style=&quot;font-size: 13px; color: rgb(0, 0, 255);&quot;&gt;&lt;b&gt;Remittance Advice Recorded&lt;/b&gt;&lt;/font&gt;" vertex="1">
          <mxGeometry height="75" width="110" x="611" y="37.5" as="geometry" />
        </mxCell>
        <mxCell id="dAGMuh-EUK1Y8pTE6-PC-6" parent="VSqCA1LAcqbEIX1a-AIG-1" style="html=1;dashed=0;whiteSpace=wrap;strokeWidth=2;fillColor=#f8cecc;gradientColor=#ea6b66;strokeColor=#9999FF;" value="&lt;b&gt;&lt;font style=&quot;font-size: 13px; color: rgb(0, 0, 255);&quot;&gt;Cash Posted to Accounts Receivable&lt;/font&gt;&lt;/b&gt;" vertex="1">
          <mxGeometry height="50" width="110" x="800" y="50" as="geometry" />
        </mxCell>
        <mxCell id="dAGMuh-EUK1Y8pTE6-PC-8" parent="VSqCA1LAcqbEIX1a-AIG-1" style="strokeWidth=2;html=1;shape=mxgraph.flowchart.terminator;whiteSpace=wrap;fillColor=#d5e8d4;gradientColor=#97d077;strokeColor=#66B2FF;" value="&lt;font style=&quot;font-size: 13px; color: rgb(0, 0, 255);&quot;&gt;&lt;b&gt;END&lt;/b&gt;&lt;/font&gt;" vertex="1">
          <mxGeometry height="45" width="90" x="980" y="50" as="geometry" />
        </mxCell>
        <mxCell id="uHHicwT-v_B4AunEQLIp-2" edge="1" parent="VSqCA1LAcqbEIX1a-AIG-1" source="dAGMuh-EUK1Y8pTE6-PC-6" style="edgeStyle=orthogonalEdgeStyle;rounded=0;orthogonalLoop=1;jettySize=auto;html=1;exitX=1;exitY=0.5;exitDx=0;exitDy=0;entryX=0.111;entryY=0.556;entryDx=0;entryDy=0;entryPerimeter=0;strokeWidth=2;strokeColor=#0000FF;" target="dAGMuh-EUK1Y8pTE6-PC-8">
          <mxGeometry relative="1" as="geometry" />
        </mxCell>
        <mxCell id="dAGMuh-EUK1Y8pTE6-PC-10" edge="1" parent="1" source="JTW380UVqBL9k5zzlviH-1" style="edgeStyle=orthogonalEdgeStyle;rounded=0;orthogonalLoop=1;jettySize=auto;html=1;exitX=0.5;exitY=1;exitDx=0;exitDy=0;entryX=0.5;entryY=0;entryDx=0;entryDy=0;strokeColor=#0000FF;strokeWidth=3;" target="2IOCe_ZcG10jMQKezpJ2-1">
          <mxGeometry relative="1" as="geometry" />
        </mxCell>
        <mxCell id="Vm9v1WHijWWdkQHgRR_g-1" parent="1" style="text;html=1;whiteSpace=wrap;strokeColor=none;fillColor=none;align=center;verticalAlign=middle;rounded=0;" value="&lt;div style=&quot;font-weight: 700; text-align: left;&quot;&gt;&lt;font style=&quot;font-size: 13px;&quot;&gt;ACCT 341&lt;/font&gt;&lt;/div&gt;&lt;span style=&quot;font-weight: 700; text-align: left;&quot;&gt;&lt;font style=&quot;font-size: 13px;&quot;&gt;Name：Miaoqing ZHeng&lt;/font&gt;&lt;/span&gt;&lt;div style=&quot;font-weight: 700; text-align: left;&quot;&gt;&lt;font style=&quot;font-size: 13px;&quot;&gt;ID: 23296511&lt;/font&gt;&lt;/div&gt;&lt;div style=&quot;font-weight: 700; text-align: left;&quot;&gt;&lt;font style=&quot;font-size: 13px;&quot;&gt;Date：03/28/2026&lt;/font&gt;&lt;/div&gt;" vertex="1">
          <mxGeometry height="30" width="220" x="130" y="80" as="geometry" />
        </mxCell>
      </root>
    </mxGraphModel>
  </diagram>
</mxfile>
